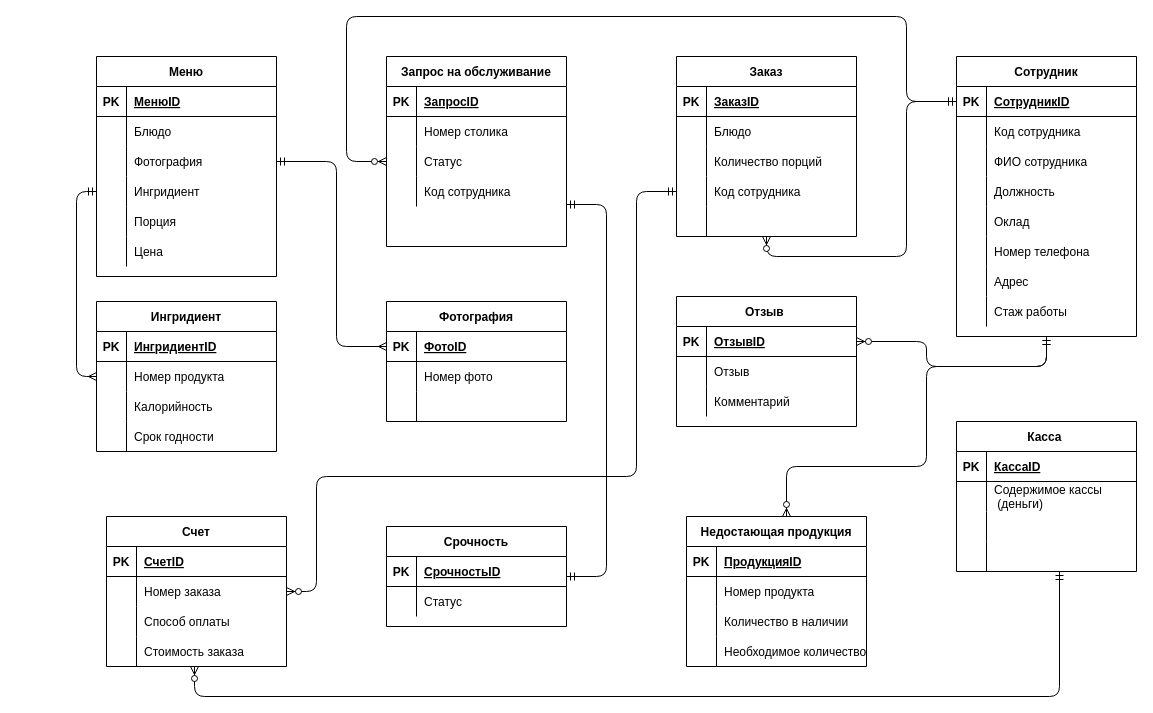
Above: ER-diagram.drawio in maria-kuchina262002/mypracticework (draw.io), before the change. Source tidied: cells renumbered, new cells numbered last; positions are measured from the earlier drawing's top-left corner, leaving out a move shared by most shapes. Both pictures are drawn from the tidied source at 100%, with x=0, y=0 at pixel (76, 16).
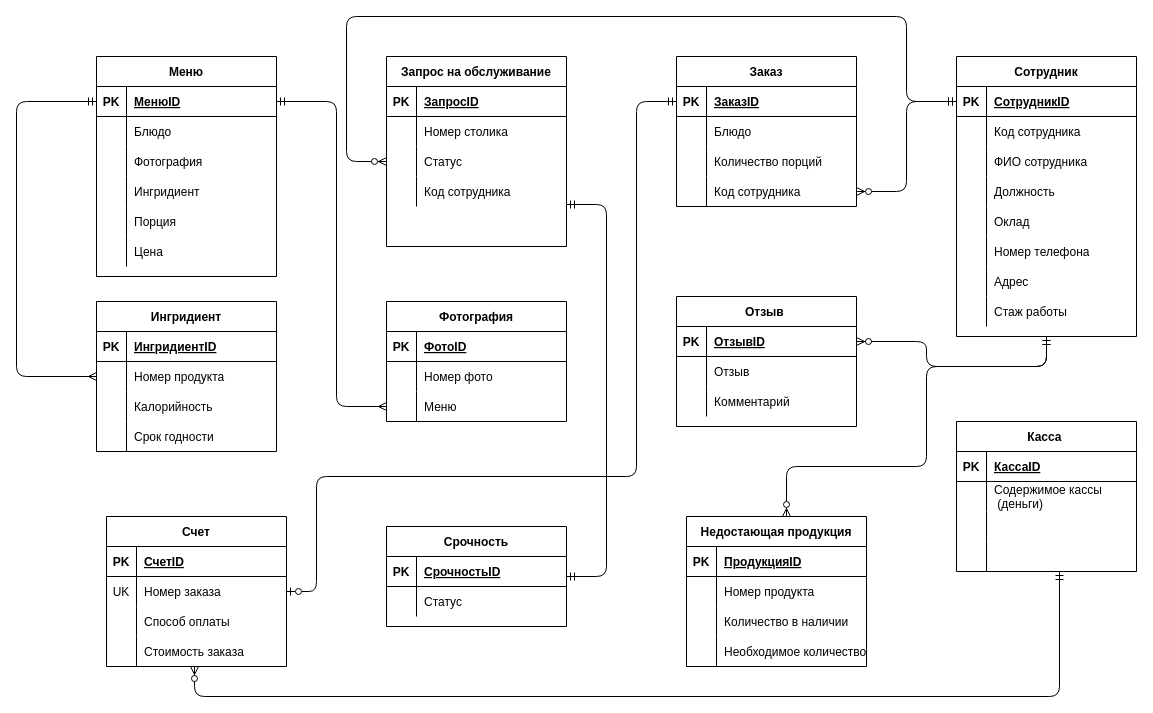
The same diagram, later.

The change refers to these unchanged cells:
```xml
<mxCell id="3" style="shape=partialRectangle;fillColor=none;top=0;left=0;bottom=1;right=0;points=[[0,0.5],[1,0.5]];portConstraint=eastwest;" parent="2" vertex="1">
  <mxGeometry y="30" width="180" height="30" as="geometry" />
</mxCell>
<mxCell id="9" style="shape=partialRectangle;fillColor=none;top=0;left=0;bottom=0;right=0;points=[[0,0.5],[1,0.5]];portConstraint=eastwest;" parent="2" vertex="1">
  <mxGeometry y="90" width="180" height="30" as="geometry" />
</mxCell>
<mxCell id="12" style="shape=partialRectangle;fillColor=none;top=0;left=0;bottom=0;right=0;points=[[0,0.5],[1,0.5]];portConstraint=eastwest;" parent="2" vertex="1">
  <mxGeometry y="120" width="180" height="30" as="geometry" />
</mxCell>
<mxCell id="51" style="shape=partialRectangle;fillColor=none;top=0;left=0;bottom=0;right=0;points=[[0,0.5],[1,0.5]];portConstraint=eastwest;" parent="47" vertex="1">
  <mxGeometry y="60" width="180" height="30" as="geometry" />
</mxCell>
<mxCell id="71" style="shape=partialRectangle;fillColor=none;top=0;left=0;bottom=1;right=0;points=[[0,0.5],[1,0.5]];portConstraint=eastwest;" parent="70" vertex="1">
  <mxGeometry y="30" width="180" height="30" as="geometry" />
</mxCell>
<mxCell id="96" style="shape=partialRectangle;fillColor=none;top=0;left=0;bottom=1;right=0;points=[[0,0.5],[1,0.5]];portConstraint=eastwest;" parent="95" vertex="1">
  <mxGeometry y="30" width="180" height="30" as="geometry" />
</mxCell>
<mxCell id="102" style="shape=partialRectangle;fillColor=none;top=0;left=0;bottom=0;right=0;points=[[0,0.5],[1,0.5]];portConstraint=eastwest;" parent="95" vertex="1">
  <mxGeometry y="90" width="180" height="30" as="geometry" />
</mxCell>
<mxCell id="109" style="shape=partialRectangle;fillColor=none;top=0;left=0;bottom=0;right=0;points=[[0,0.5],[1,0.5]];portConstraint=eastwest;" parent="105" vertex="1">
  <mxGeometry y="60" width="180" height="30" as="geometry" />
</mxCell>
<mxCell id="119" style="shape=partialRectangle;fillColor=none;top=0;left=0;bottom=1;right=0;points=[[0,0.5],[1,0.5]];portConstraint=eastwest;" parent="118" vertex="1">
  <mxGeometry y="30" width="180" height="30" as="geometry" />
</mxCell>
<mxCell id="128" style="shape=partialRectangle;fillColor=none;top=0;left=0;bottom=0;right=0;points=[[0,0.5],[1,0.5]];portConstraint=eastwest;" parent="118" vertex="1">
  <mxGeometry y="120" width="180" height="30" as="geometry" />
</mxCell>
```

What changed in the source:
```diff
@@
-    <mxCell id="52" style="shape=partialRectangle;fillColor=none;top=0;left=0;bottom=0;right=0;overflow=hidden;" parent="51" vertex="1">
+    <mxCell id="52" value="UK" style="shape=partialRectangle;fillColor=none;top=0;left=0;bottom=0;right=0;overflow=hidden;" parent="51" vertex="1">
       <mxGeometry width="30" height="30" as="geometry" />
     </mxCell>
@@
-    <mxCell id="103" style="shape=partialRectangle;fillColor=none;top=0;left=0;bottom=0;right=0;overflow=hidden;" parent="102" vertex="1">
-      <mxGeometry width="30" height="30" as="geometry" />
-    </mxCell>
-    <mxCell id="104" style="shape=partialRectangle;fillColor=none;top=0;left=0;bottom=0;right=0;align=left;spacingLeft=6;overflow=hidden;" parent="102" vertex="1">
-      <mxGeometry x="30" width="150" height="30" as="geometry" />
-    </mxCell>
+    <mxCell id="163" style="shape=partialRectangle;fillColor=none;top=0;left=0;bottom=0;right=0;overflow=hidden;" parent="102" vertex="1">
+      <mxGeometry width="30" height="30" as="geometry" />
+    </mxCell>
+    <mxCell id="164" value="Меню" style="shape=partialRectangle;fillColor=none;top=0;left=0;bottom=0;right=0;align=left;spacingLeft=6;overflow=hidden;" parent="102" vertex="1">
+      <mxGeometry x="30" width="150" height="30" as="geometry" />
+    </mxCell>
@@
     <mxCell id="118" value="Заказ" style="shape=table;startSize=30;childLayout=tableLayout;rowLines=0;fontStyle=1;align=center;" parent="1" vertex="1">
-      <mxGeometry x="600" y="40" width="180" height="180" as="geometry" />
+      <mxGeometry x="600" y="40" width="180" height="150" as="geometry" />
     </mxCell>
@@
-    <mxCell id="131" style="shape=partialRectangle;fillColor=none;top=0;left=0;bottom=0;right=0;points=[[0,0.5],[1,0.5]];portConstraint=eastwest;" parent="118" vertex="1">
-      <mxGeometry y="150" width="180" height="30" as="geometry" />
-    </mxCell>
-    <mxCell id="132" style="shape=partialRectangle;fillColor=none;top=0;left=0;bottom=0;right=0;overflow=hidden;" parent="131" vertex="1">
-      <mxGeometry width="30" height="30" as="geometry" />
-    </mxCell>
-    <mxCell id="133" style="shape=partialRectangle;fillColor=none;top=0;left=0;bottom=0;right=0;align=left;spacingLeft=6;overflow=hidden;" parent="131" vertex="1">
-      <mxGeometry x="30" width="150" height="30" as="geometry" />
-    </mxCell>
@@
-    <mxCell id="155" style="edgeStyle=orthogonalEdgeStyle;fontSize=12;html=1;endArrow=ERzeroToMany;startArrow=ERmandOne;rounded=1;fontColor=none;elbow=vertical;exitX=0;exitY=0.5;exitDx=0;exitDy=0;" parent="1" edge="1" source="71" target="131">
+    <mxCell id="155" style="edgeStyle=orthogonalEdgeStyle;fontSize=12;html=1;endArrow=ERzeroToMany;startArrow=ERmandOne;rounded=1;fontColor=none;elbow=vertical;exitX=0;exitY=0.5;exitDx=0;exitDy=0;entryX=1;entryY=0.5;entryDx=0;entryDy=0;" parent="1" edge="1" source="71" target="128">
       <mxGeometry relative="1" as="geometry">
         <Array as="points">
           <mxPoint x="830" y="85" />
-          <mxPoint x="830" y="240" />
-          <mxPoint x="690" y="240" />
+          <mxPoint x="830" y="175" />
         </Array>
       </mxGeometry>
     </mxCell>
-    <mxCell id="156" style="edgeStyle=orthogonalEdgeStyle;fontSize=12;html=1;endArrow=ERmany;startArrow=ERmandOne;rounded=1;fontColor=none;elbow=vertical;entryX=0;entryY=0.5;entryDx=0;entryDy=0;exitX=1;exitY=0.5;exitDx=0;exitDy=0;endFill=0;" parent="1" edge="1" source="9" target="96">
+    <mxCell id="156" style="edgeStyle=orthogonalEdgeStyle;fontSize=12;html=1;endArrow=ERmany;startArrow=ERmandOne;rounded=1;fontColor=none;elbow=vertical;entryX=0;entryY=0.5;entryDx=0;entryDy=0;exitX=1;exitY=0.5;exitDx=0;exitDy=0;endFill=0;" parent="1" edge="1" source="3" target="102">
       <mxGeometry relative="1" as="geometry">
         <Array as="points">
-          <mxPoint x="260" y="145" />
-          <mxPoint x="260" y="330" />
+          <mxPoint x="260" y="85" />
+          <mxPoint x="260" y="390" />
         </Array>
       </mxGeometry>
     </mxCell>
-    <mxCell id="157" style="edgeStyle=orthogonalEdgeStyle;fontSize=12;html=1;endArrow=ERmany;startArrow=ERmandOne;rounded=1;fontColor=none;elbow=vertical;exitX=0;exitY=0.5;exitDx=0;exitDy=0;endFill=0;entryX=0;entryY=0.5;entryDx=0;entryDy=0;" parent="1" edge="1" source="12" target="109">
+    <mxCell id="157" style="edgeStyle=orthogonalEdgeStyle;fontSize=12;html=1;endArrow=ERmany;startArrow=ERmandOne;rounded=1;fontColor=none;elbow=vertical;exitX=0;exitY=0.5;exitDx=0;exitDy=0;endFill=0;entryX=0;entryY=0.5;entryDx=0;entryDy=0;" parent="1" edge="1" source="3" target="109">
       <mxGeometry relative="1" as="geometry">
         <Array as="points">
-          <mxPoint y="175" />
-          <mxPoint y="360" />
+          <mxPoint x="-60" y="85" />
+          <mxPoint x="-60" y="360" />
         </Array>
       </mxGeometry>
     </mxCell>
-    <mxCell id="158" style="edgeStyle=orthogonalEdgeStyle;fontSize=12;html=1;endArrow=ERzeroToMany;startArrow=ERmandOne;rounded=1;fontColor=none;elbow=vertical;exitX=0;exitY=0.5;exitDx=0;exitDy=0;entryX=1;entryY=0.5;entryDx=0;entryDy=0;" parent="1" edge="1" source="128" target="51">
+    <mxCell id="158" style="edgeStyle=orthogonalEdgeStyle;fontSize=12;html=1;endArrow=ERzeroToOne;startArrow=ERmandOne;rounded=1;fontColor=none;elbow=vertical;exitX=0;exitY=0.5;exitDx=0;exitDy=0;entryX=1;entryY=0.5;entryDx=0;entryDy=0;endFill=0;" parent="1" edge="1" source="119" target="51">
       <mxGeometry relative="1" as="geometry">
         <Array as="points">
-          <mxPoint x="560" y="175" />
+          <mxPoint x="560" y="85" />
           <mxPoint x="560" y="460" />
           <mxPoint x="240" y="460" />
           <mxPoint x="240" y="575" />
         </Array>
       </mxGeometry>
     </mxCell>
```
